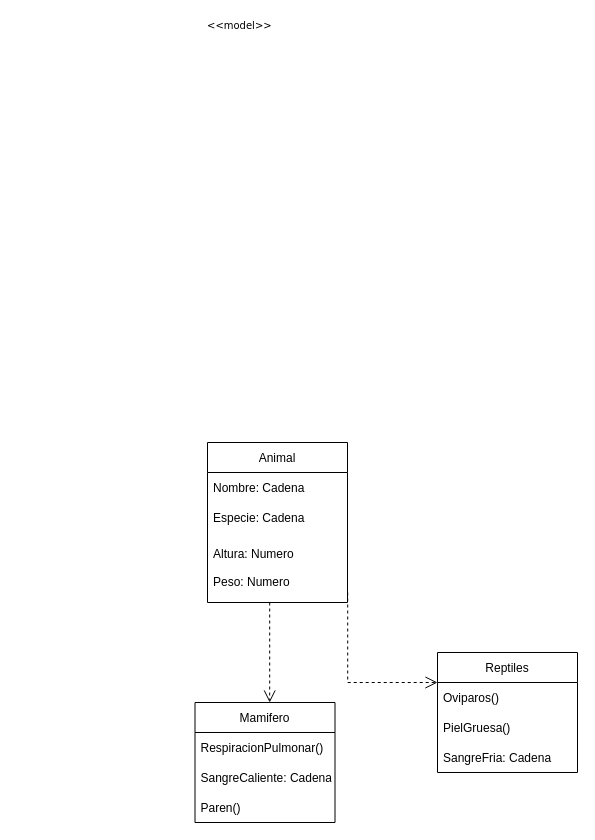
JuanmaX4/DAW-EC_JJA keeps this draw.io diagram as T1/POO/Basico/Untitled Diagram.drawio. Above is the earlier version. Source tidied: cells renumbered, new cells numbered last; positions are measured from the earlier drawing's top-left corner, leaving out a move shared by most shapes. Both pictures are drawn from the tidied source at 100%, with x=0, y=0 at pixel (195, 16).
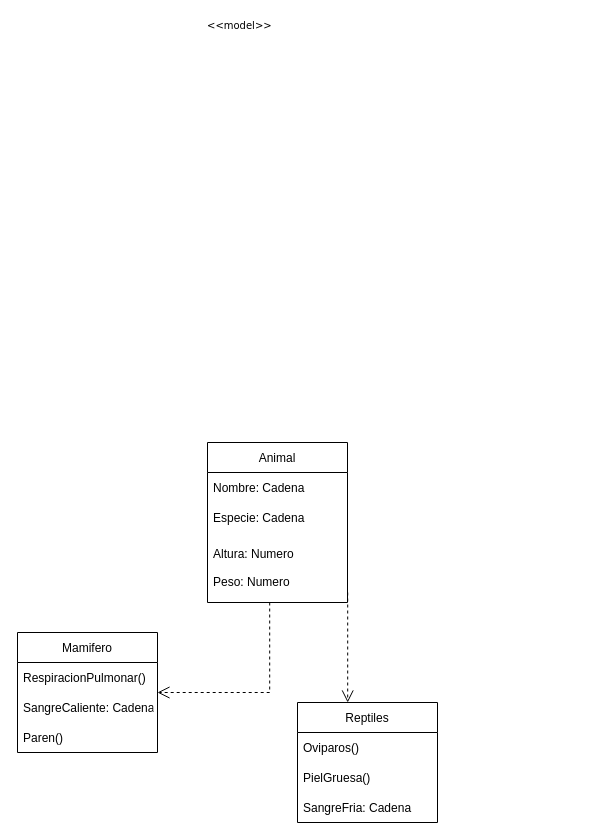
After the change.

Change to the diagram source:
```diff
@@
-    <mxCell id="7" style="edgeStyle=elbowEdgeStyle;rounded=0;html=1;dashed=1;labelBackgroundColor=none;startFill=0;endArrow=open;endFill=0;endSize=10;fontFamily=Verdana;fontSize=10;" parent="1" edge="1">
+    <mxCell id="7" style="edgeStyle=elbowEdgeStyle;rounded=0;html=1;dashed=1;labelBackgroundColor=none;startFill=0;endArrow=open;endFill=0;endSize=10;fontFamily=Verdana;fontSize=10;" parent="1" edge="1" target="8">
       <mxGeometry relative="1" as="geometry">
         <mxPoint x="74.2" y="586" as="sourcePoint" />
-        <mxPoint x="74" y="686" as="targetPoint" />
         <Array as="points">
           <mxPoint x="74.2" y="611.5" />
         </Array>
       </mxGeometry>
     </mxCell>
     <mxCell id="8" value="Mamifero" style="swimlane;fontStyle=0;horizontal=1;startSize=30;" parent="1" vertex="1">
-      <mxGeometry x="-0.5" y="686" width="140" height="120" as="geometry" />
+      <mxGeometry x="-178" y="616" width="140" height="120" as="geometry" />
     </mxCell>
@@
-    <mxCell id="12" style="edgeStyle=elbowEdgeStyle;rounded=0;html=1;dashed=1;labelBackgroundColor=none;startFill=0;endArrow=open;endFill=0;endSize=10;fontFamily=Verdana;fontSize=10;" parent="1" edge="1">
+    <mxCell id="12" style="edgeStyle=elbowEdgeStyle;rounded=0;html=1;dashed=1;labelBackgroundColor=none;startFill=0;endArrow=open;endFill=0;endSize=10;fontFamily=Verdana;fontSize=10;entryX=0.357;entryY=0;entryDx=0;entryDy=0;entryPerimeter=0;" parent="1" edge="1" target="13">
       <mxGeometry relative="1" as="geometry">
         <mxPoint x="152.2" y="576" as="sourcePoint" />
-        <mxPoint x="242" y="666" as="targetPoint" />
         <Array as="points">
           <mxPoint x="152.2" y="601.5" />
         </Array>
       </mxGeometry>
     </mxCell>
     <mxCell id="13" value="Reptiles" style="swimlane;fontStyle=0;horizontal=1;startSize=30;" parent="1" vertex="1">
-      <mxGeometry x="242" y="636" width="140" height="120" as="geometry" />
+      <mxGeometry x="102" y="686" width="140" height="120" as="geometry" />
     </mxCell>
```
